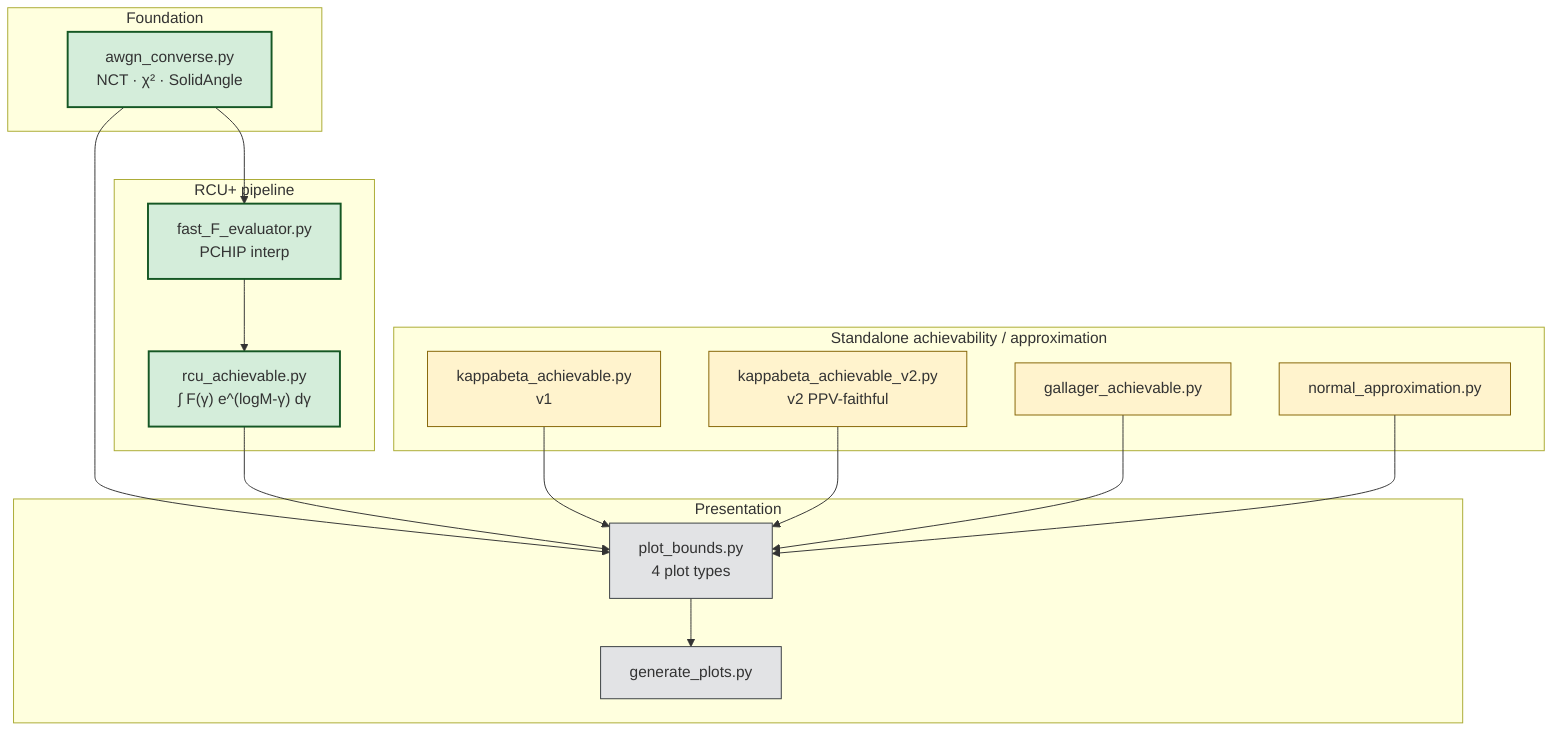
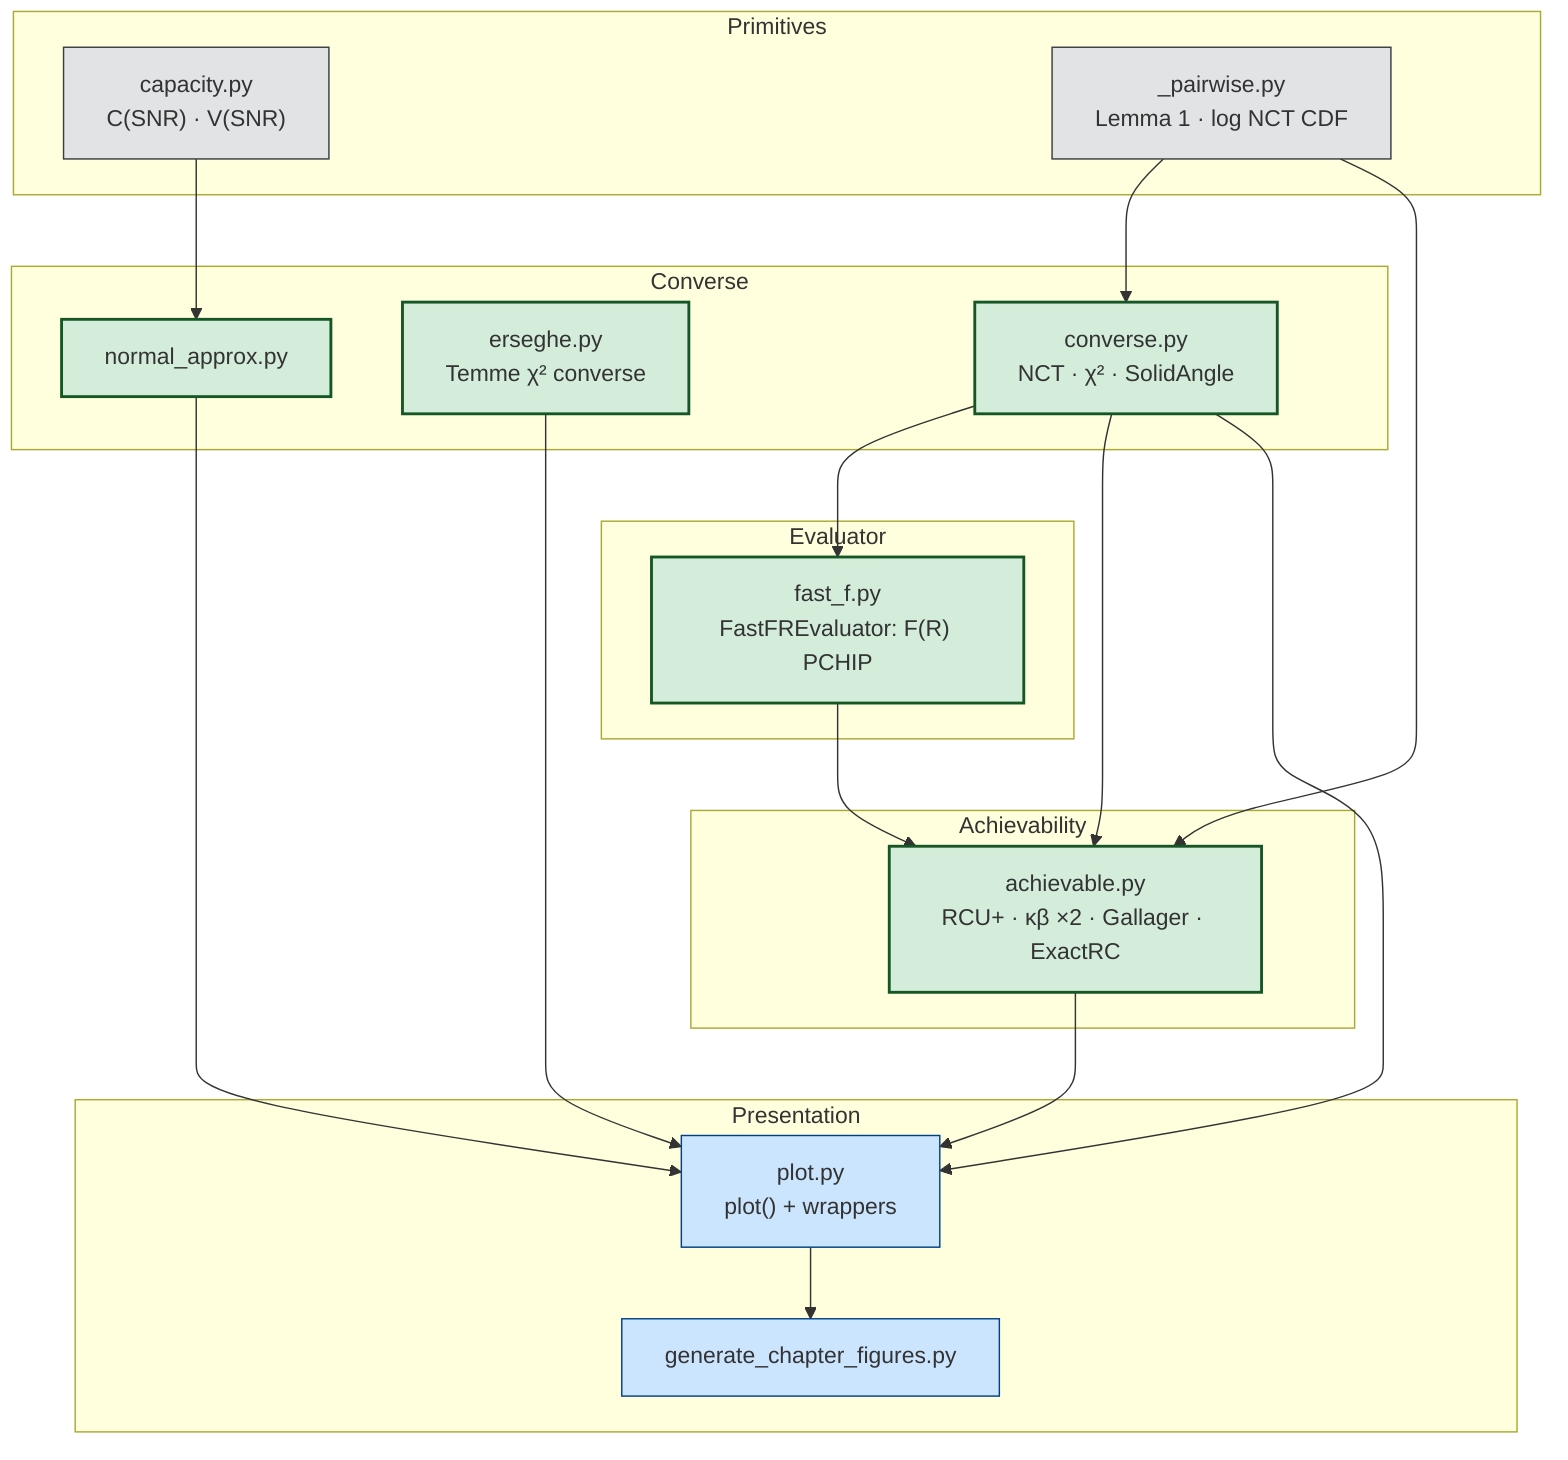
graph TD
-     subgraph Foundation
-         awgn["awgn_converse.py<br/>NCT · χ² · SolidAngle"]
+     subgraph Primitives
+         cap["capacity.py<br/>C(SNR) · V(SNR)"]
+         pair["_pairwise.py<br/>Lemma 1 · log NCT CDF"]
    end

-     subgraph RCUPipeline["RCU+ pipeline"]
-         fast["fast_F_evaluator.py<br/>PCHIP interp"]
-         rcu["rcu_achievable.py<br/>∫ F(γ) e^(logM-γ) dγ"]
+     subgraph Converse
+         conv["converse.py<br/>NCT · χ² · SolidAngle"]
+         ers["erseghe.py<br/>Temme χ² converse"]
+         na["normal_approx.py"]
    end

-     subgraph Standalone["Standalone achievability / approximation"]
-         kb1["kappabeta_achievable.py<br/>v1"]
-         kb2["kappabeta_achievable_v2.py<br/>v2 PPV-faithful"]
-         gal["gallager_achievable.py"]
-         na["normal_approximation.py"]
+     subgraph Evaluator
+         fast["fast_f.py<br/>FastFREvaluator: F(R) PCHIP"]
+     end
+ 
+     subgraph Achievability
+         ach["achievable.py<br/>RCU+ · κβ ×2 · Gallager · ExactRC"]
    end

    subgraph Presentation
-         plot["plot_bounds.py<br/>4 plot types"]
-         gen["generate_plots.py"]
+         plot["plot.py<br/>plot() + wrappers"]
+         gen["generate_chapter_figures.py"]
    end

-     awgn --> fast
-     fast --> rcu
- 
-     awgn --> plot
-     rcu --> plot
-     kb1 --> plot
-     kb2 --> plot
-     gal --> plot
+     pair --> conv
+     cap --> na
+     conv --> fast
+     pair --> ach
+     conv --> ach
+     fast --> ach
+     conv --> plot
+     ers --> plot
+     ach --> plot
    na --> plot
    plot --> gen

-     classDef ours fill:#d4edda,stroke:#155724,stroke-width:2px
-     classDef port fill:#fff3cd,stroke:#856404
-     classDef infra fill:#e2e3e5,stroke:#383d41
-     class awgn,fast,rcu ours
-     class kb1,kb2,gal,na port
+     classDef prim fill:#e2e3e5,stroke:#383d41
+     classDef bound fill:#d4edda,stroke:#155724,stroke-width:2px
+     classDef infra fill:#cce5ff,stroke:#004085
+     class cap,pair prim
+     class conv,ers,na,fast,ach bound
    class plot,gen infra
